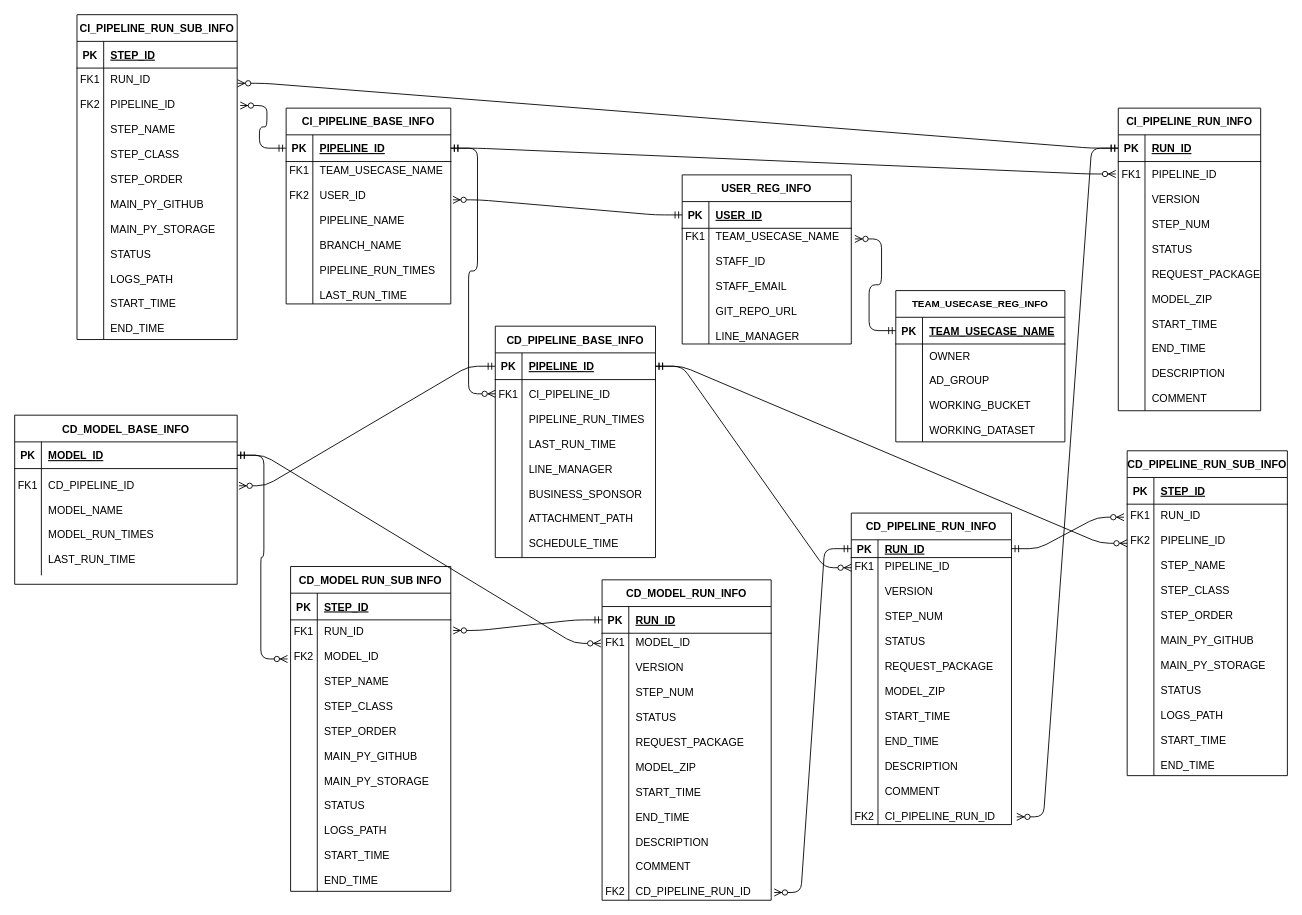
Earlier version of the draw.io diagram 未命名绘图.drawio (Sequin-hdd/COINFO). Source tidied: cells renumbered, new cells numbered last; positions are measured from the earlier drawing's top-left corner, leaving out a move shared by most shapes. Both pictures are drawn from the tidied source at 89%, with x=0, y=0 at pixel (14, 14).
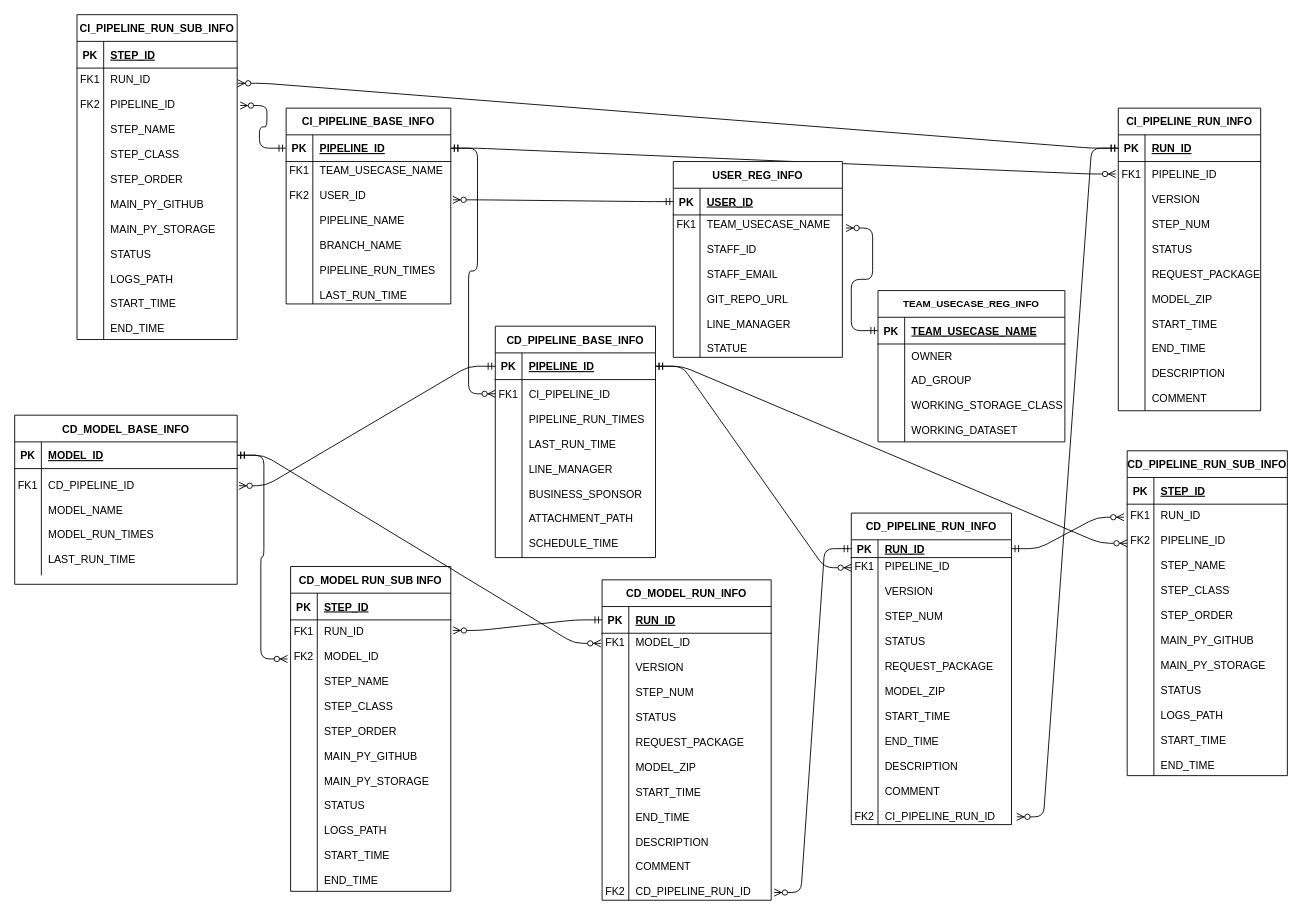
The same page after the edit.

Commit message:
更新未命名绘图.drawio

What changed in the source:
```diff
@@
     <mxCell id="2" value="TEAM_USECASE_REG_INFO" style="shape=table;startSize=30;childLayout=tableLayout;rowLines=0;fontStyle=1;align=center;fontSize=11;" parent="1" vertex="1">
-      <mxGeometry x="990" y="310" width="190" height="170" as="geometry" />
+      <mxGeometry x="970" y="310" width="210" height="170" as="geometry" />
     </mxCell>
     <mxCell id="3" style="shape=partialRectangle;fillColor=none;points=[[0,0.5],[1,0.5]];portConstraint=eastwest;top=0;left=0;right=0;bottom=1;" parent="2" vertex="1">
-      <mxGeometry y="30" width="190" height="30" as="geometry" />
+      <mxGeometry y="30" width="210" height="30" as="geometry" />
     </mxCell>
@@
     <mxCell id="5" value="TEAM_USECASE_NAME" style="shape=partialRectangle;overflow=hidden;fillColor=none;top=0;left=0;bottom=0;right=0;align=left;spacingLeft=6;fontStyle=5;" parent="3" vertex="1">
-      <mxGeometry x="30" width="160" height="30" as="geometry" />
+      <mxGeometry x="30" width="180" height="30" as="geometry" />
     </mxCell>
     <mxCell id="6" style="shape=partialRectangle;fillColor=none;top=0;left=0;right=0;bottom=0;" parent="2" vertex="1">
-      <mxGeometry y="60" width="190" height="110" as="geometry" />
+      <mxGeometry y="60" width="210" height="110" as="geometry" />
     </mxCell>
@@
-    <mxCell id="8" value="OWNER&#10;&#10;AD_GROUP&#10;&#10;WORKING_BUCKET&#10;&#10;WORKING_DATASET" style="shape=partialRectangle;overflow=hidden;fillColor=none;top=0;left=0;bottom=0;right=0;align=left;spacingLeft=6;" parent="6" vertex="1">
-      <mxGeometry x="30" width="160" height="110" as="geometry" />
+    <mxCell id="8" value="OWNER&#10;&#10;AD_GROUP&#10;&#10;WORKING_STORAGE_CLASS&#10;&#10;WORKING_DATASET" style="shape=partialRectangle;overflow=hidden;fillColor=none;top=0;left=0;bottom=0;right=0;align=left;spacingLeft=6;" parent="6" vertex="1">
+      <mxGeometry x="30" width="180" height="110" as="geometry" />
     </mxCell>
@@
     <mxCell id="86" value="USER_REG_INFO" style="shape=table;startSize=30;childLayout=tableLayout;rowLines=0;fontStyle=1;align=center;" parent="1" vertex="1">
-      <mxGeometry x="750" y="180" width="190" height="190" as="geometry" />
+      <mxGeometry x="740" y="165" width="190" height="220" as="geometry" />
     </mxCell>
@@
     <mxCell id="90" style="shape=partialRectangle;fillColor=none;points=[[0,0.5],[1,0.5]];portConstraint=eastwest;top=0;left=0;right=0;bottom=0;" parent="86" vertex="1">
-      <mxGeometry y="60" width="190" height="130" as="geometry" />
+      <mxGeometry y="60" width="190" height="160" as="geometry" />
     </mxCell>
-    <mxCell id="91" value="FK1&#10;&#10;&#10;&#10;&#10;&#10;&#10;&#10;" style="shape=partialRectangle;overflow=hidden;fillColor=none;top=0;left=0;bottom=0;right=0;" parent="90" vertex="1">
-      <mxGeometry width="30" height="130" as="geometry" />
+    <mxCell id="91" value="FK1&#10;&#10;&#10;&#10;&#10;&#10;&#10;&#10;&#10;&#10;" style="shape=partialRectangle;overflow=hidden;fillColor=none;top=0;left=0;bottom=0;right=0;" parent="90" vertex="1">
+      <mxGeometry width="30" height="160" as="geometry" />
     </mxCell>
-    <mxCell id="92" value="TEAM_USECASE_NAME&#10;&#10;STAFF_ID&#10;&#10;STAFF_EMAIL&#10;&#10;GIT_REPO_URL&#10;&#10;LINE_MANAGER" style="shape=partialRectangle;overflow=hidden;fillColor=none;top=0;left=0;bottom=0;right=0;align=left;spacingLeft=6;" parent="90" vertex="1">
-      <mxGeometry x="30" width="160" height="130" as="geometry" />
+    <mxCell id="92" value="TEAM_USECASE_NAME&#10;&#10;STAFF_ID&#10;&#10;STAFF_EMAIL&#10;&#10;GIT_REPO_URL&#10;&#10;LINE_MANAGER&#10;&#10;STATUE" style="shape=partialRectangle;overflow=hidden;fillColor=none;top=0;left=0;bottom=0;right=0;align=left;spacingLeft=6;" parent="90" vertex="1">
+      <mxGeometry x="30" width="160" height="160" as="geometry" />
     </mxCell>
```
